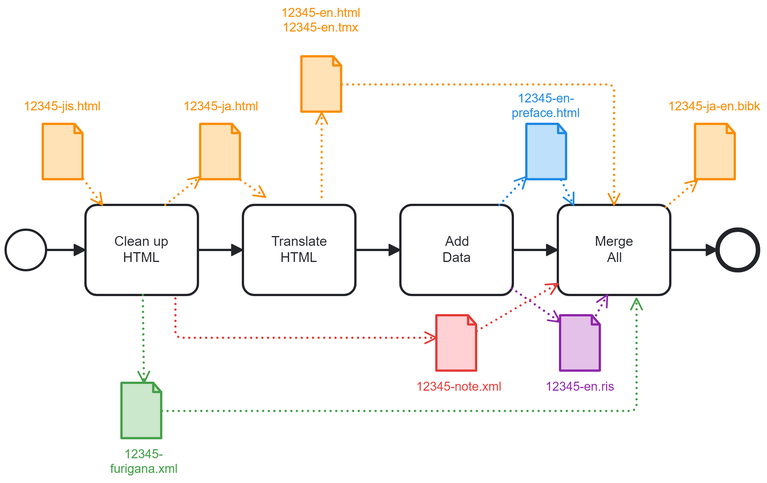
This is 0-InitialWorkflow.png from japotrad/blue-sora, a BPMN export, as it was before one commit. Its source is kept beside it as 0-InitialWorkflow.bpmn. Ids are renumbered.
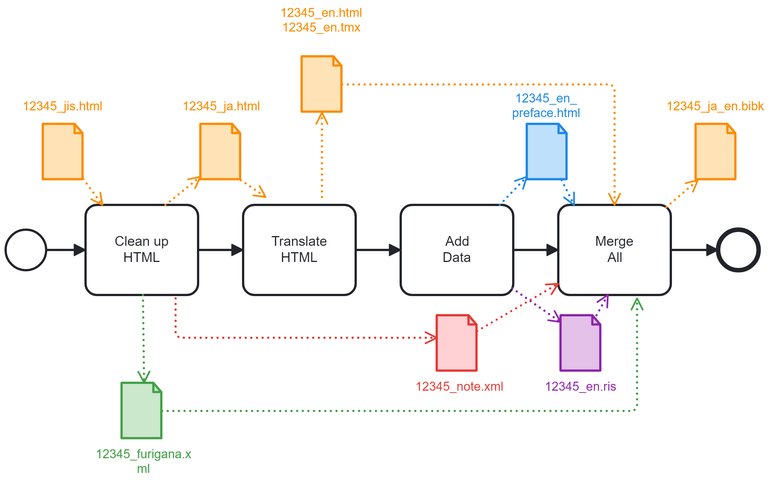
After the commit.

Diff of the diagram source:
```diff
@@ -1,13 +1,13 @@
 <bpmn:definitions xmlns:bpmn="http://www.omg.org/spec/BPMN/20100524/MODEL" xmlns:bpmndi="http://www.omg.org/spec/BPMN/20100524/DI" xmlns:dc="http://www.omg.org/spec/DD/20100524/DC" xmlns:bioc="http://bpmn.io/schema/bpmn/biocolor/1.0" xmlns:color="http://www.omg.org/spec/BPMN/non-normative/color/1.0" xmlns:di="http://www.omg.org/spec/DD/20100524/DI" xmlns:modeler="http://camunda.org/schema/modeler/1.0" id="Definitions_n1" targetNamespace="http://bpmn.io/schema/bpmn" exporter="Camunda Modeler" exporterVersion="5.29.0" modeler:executionPlatform="Camunda Cloud" modeler:executionPlatformVersion="8.2.0">
   <bpmn:process id="buildDbk" name="buildDbk" isExecutable="true">
-    <bpmn:dataObjectReference id="DataObjectReference_n2" name="12345-en-preface.html" dataObjectRef="DataObject_n3" />
-    <bpmn:dataObjectReference id="DataObjectReference_n4" name="12345-en.html&#10;12345-en.tmx" dataObjectRef="DataObject_n5" />
-    <bpmn:dataObjectReference id="DataObjectReference_n6" name="12345-en.ris" dataObjectRef="DataObject_n7" />
-    <bpmn:dataObjectReference id="DataObjectReference_n8" name="12345-furigana.xml" dataObjectRef="DataObject_n9" />
-    <bpmn:dataObjectReference id="DataObjectReference_n10" name="12345-ja-en.bibk" dataObjectRef="DataObject_n11" />
-    <bpmn:dataObjectReference id="DataObjectReference_n12" name="12345-ja.html" dataObjectRef="DataObject_n13" />
-    <bpmn:dataObjectReference id="DataObjectReference_n14" name="12345-jis.html" dataObjectRef="DataObject_n15" />
-    <bpmn:dataObjectReference id="DataObjectReference_n16" name="12345-note.xml" dataObjectRef="DataObject_n17" />
+    <bpmn:dataObjectReference id="DataObjectReference_n2" name="12345_en_&#10;preface.html" dataObjectRef="DataObject_n3" />
+    <bpmn:dataObjectReference id="DataObjectReference_n4" name="12345_en.html&#10;12345_en.tmx" dataObjectRef="DataObject_n5" />
+    <bpmn:dataObjectReference id="DataObjectReference_n6" name="12345_en.ris" dataObjectRef="DataObject_n7" />
+    <bpmn:dataObjectReference id="DataObjectReference_n8" name="12345_furigana.xml" dataObjectRef="DataObject_n9" />
+    <bpmn:dataObjectReference id="DataObjectReference_n10" name="12345_ja_en.bibk" dataObjectRef="DataObject_n11" />
+    <bpmn:dataObjectReference id="DataObjectReference_n12" name="12345_ja.html" dataObjectRef="DataObject_n13" />
+    <bpmn:dataObjectReference id="DataObjectReference_n14" name="12345_jis.html" dataObjectRef="DataObject_n15" />
+    <bpmn:dataObjectReference id="DataObjectReference_n16" name="12345_note.xml" dataObjectRef="DataObject_n17" />
     <bpmn:task id="Activity_n18" name="Add&#10;Data">
       <bpmn:incoming>Flow_n19</bpmn:incoming>
       <bpmn:outgoing>Flow_n20</bpmn:outgoing>
@@ -98,76 +98,84 @@
   </bpmn:process>
   <bpmndi:BPMNDiagram id="BPMNDiagram_1">
     <bpmndi:BPMNPlane id="BPMNPlane_1" bpmnElement="buildDbk">
-      <bpmndi:BPMNShape id="_BPMNShape_StartEvent_2" bpmnElement="StartEvent_1">
-        <dc:Bounds x="179" y="279" width="36" height="36" />
+      <bpmndi:BPMNShape id="DataObjectReference_n2_di" bpmnElement="DataObjectReference_n2" bioc:stroke="#1e88e5" bioc:fill="#bbdefb" color:background-color="#bbdefb" color:border-color="#1e88e5">
+        <dc:Bounds x="642" y="185" width="36" height="50" />
+        <bpmndi:BPMNLabel>
+          <dc:Bounds x="629" y="156" width="62" height="27" />
+        </bpmndi:BPMNLabel>
       </bpmndi:BPMNShape>
-      <bpmndi:BPMNShape id="Activity_n23_di" bpmnElement="Activity_n23">
-        <dc:Bounds x="250" y="257" width="100" height="80" />
-        <bpmndi:BPMNLabel />
+      <bpmndi:BPMNShape id="DataObjectReference_n4_di" bpmnElement="DataObjectReference_n4" bioc:stroke="#fb8c00" bioc:fill="#ffe0b2" color:background-color="#ffe0b2" color:border-color="#fb8c00">
+        <dc:Bounds x="442" y="125" width="36" height="50" />
+        <bpmndi:BPMNLabel color:color="#fb8c00">
+          <dc:Bounds x="423" y="80" width="74" height="27" />
+        </bpmndi:BPMNLabel>
       </bpmndi:BPMNShape>
-      <bpmndi:BPMNShape id="Activity_n34_di" bpmnElement="Activity_n34">
-        <dc:Bounds x="390" y="257" width="100" height="80" />
-        <bpmndi:BPMNLabel />
+      <bpmndi:BPMNShape id="DataObjectReference_n6_di" bpmnElement="DataObjectReference_n6" bioc:stroke="#8e24aa" bioc:fill="#e1bee7" color:background-color="#e1bee7" color:border-color="#8e24aa">
+        <dc:Bounds x="672" y="355" width="36" height="50" />
+        <bpmndi:BPMNLabel color:color="#8e24aa">
+          <dc:Bounds x="658" y="412" width="65" height="14" />
+        </bpmndi:BPMNLabel>
       </bpmndi:BPMNShape>
-      <bpmndi:BPMNShape id="DataObjectReference_n16_di" bpmnElement="DataObjectReference_n16" bioc:stroke="#e53935" bioc:fill="#ffcdd2" color:background-color="#ffcdd2" color:border-color="#e53935">
-        <dc:Bounds x="562" y="355" width="36" height="50" />
-        <bpmndi:BPMNLabel color:color="#e53935">
-          <dc:Bounds x="544" y="412" width="77" height="14" />
+      <bpmndi:BPMNShape id="BPMNShape_n45" bpmnElement="DataObjectReference_n8" bioc:stroke="#43a047" bioc:fill="#c8e6c9" color:background-color="#c8e6c9" color:border-color="#43a047">
+        <dc:Bounds x="282" y="415" width="36" height="50" />
+        <bpmndi:BPMNLabel>
+          <dc:Bounds x="259" y="472" width="86" height="27" />
+        </bpmndi:BPMNLabel>
+      </bpmndi:BPMNShape>
+      <bpmndi:BPMNShape id="DataObjectReference_n10_di" bpmnElement="DataObjectReference_n10" bioc:stroke="#fb8c00" bioc:fill="#ffe0b2" color:background-color="#ffe0b2" color:border-color="#fb8c00">
+        <dc:Bounds x="792" y="185" width="36" height="50" />
+        <bpmndi:BPMNLabel>
+          <dc:Bounds x="766" y="163" width="88" height="14" />
         </bpmndi:BPMNLabel>
       </bpmndi:BPMNShape>
       <bpmndi:BPMNShape id="DataObjectReference_n12_di" bpmnElement="DataObjectReference_n12" bioc:stroke="#fb8c00" bioc:fill="#ffe0b2" color:background-color="#ffe0b2" color:border-color="#fb8c00">
         <dc:Bounds x="352" y="185" width="36" height="50" />
         <bpmndi:BPMNLabel>
-          <dc:Bounds x="337" y="163" width="67" height="14" />
-        </bpmndi:BPMNLabel>
-      </bpmndi:BPMNShape>
-      <bpmndi:BPMNShape id="DataObjectReference_n4_di" bpmnElement="DataObjectReference_n4" bioc:stroke="#fb8c00" bioc:fill="#ffe0b2" color:background-color="#ffe0b2" color:border-color="#fb8c00">
-        <dc:Bounds x="442" y="125" width="36" height="50" />
-        <bpmndi:BPMNLabel color:color="#fb8c00">
-          <dc:Bounds x="424" y="80" width="71" height="27" />
+          <dc:Bounds x="336" y="163" width="70" height="14" />
         </bpmndi:BPMNLabel>
       </bpmndi:BPMNShape>
       <bpmndi:BPMNShape id="DataObjectReference_n14_di" bpmnElement="DataObjectReference_n14" bioc:stroke="#fb8c00" bioc:fill="#ffe0b2" color:background-color="#ffe0b2" color:border-color="#fb8c00">
         <dc:Bounds x="212" y="185" width="36" height="50" />
         <bpmndi:BPMNLabel>
-          <dc:Bounds x="195" y="163" width="69" height="14" />
+          <dc:Bounds x="194" y="163" width="72" height="14" />
+        </bpmndi:BPMNLabel>
+      </bpmndi:BPMNShape>
+      <bpmndi:BPMNShape id="DataObjectReference_n16_di" bpmnElement="DataObjectReference_n16" bioc:stroke="#e53935" bioc:fill="#ffcdd2" color:background-color="#ffcdd2" color:border-color="#e53935">
+        <dc:Bounds x="562" y="355" width="36" height="50" />
+        <bpmndi:BPMNLabel color:color="#e53935">
+          <dc:Bounds x="543" y="412" width="79" height="14" />
         </bpmndi:BPMNLabel>
       </bpmndi:BPMNShape>
       <bpmndi:BPMNShape id="Activity_n18_di" bpmnElement="Activity_n18">
         <dc:Bounds x="530" y="257" width="100" height="80" />
         <bpmndi:BPMNLabel />
       </bpmndi:BPMNShape>
+      <bpmndi:BPMNShape id="Activity_n23_di" bpmnElement="Activity_n23">
+        <dc:Bounds x="250" y="257" width="100" height="80" />
+        <bpmndi:BPMNLabel />
+      </bpmndi:BPMNShape>
+      <bpmndi:BPMNShape id="Event_n31_di" bpmnElement="Event_n31">
+        <dc:Bounds x="812" y="279" width="36" height="36" />
+      </bpmndi:BPMNShape>
       <bpmndi:BPMNShape id="Activity_n33_di" bpmnElement="Activity_n33">
         <dc:Bounds x="670" y="257" width="100" height="80" />
         <bpmndi:BPMNLabel />
       </bpmndi:BPMNShape>
-      <bpmndi:BPMNShape id="BPMNShape_n45" bpmnElement="DataObjectReference_n8" bioc:stroke="#43a047" bioc:fill="#c8e6c9" color:background-color="#c8e6c9" color:border-color="#43a047">
-        <dc:Bounds x="282" y="415" width="36" height="50" />
-        <bpmndi:BPMNLabel>
-          <dc:Bounds x="272" y="472" width="60" height="27" />
-        </bpmndi:BPMNLabel>
+      <bpmndi:BPMNShape id="_BPMNShape_StartEvent_2" bpmnElement="StartEvent_1">
+        <dc:Bounds x="179" y="279" width="36" height="36" />
       </bpmndi:BPMNShape>
-      <bpmndi:BPMNShape id="DataObjectReference_n10_di" bpmnElement="DataObjectReference_n10" bioc:stroke="#fb8c00" bioc:fill="#ffe0b2" color:background-color="#ffe0b2" color:border-color="#fb8c00">
-        <dc:Bounds x="792" y="185" width="36" height="50" />
-        <bpmndi:BPMNLabel>
-          <dc:Bounds x="768" y="163" width="83" height="14" />
-        </bpmndi:BPMNLabel>
+      <bpmndi:BPMNShape id="Activity_n34_di" bpmnElement="Activity_n34">
+        <dc:Bounds x="390" y="257" width="100" height="80" />
+        <bpmndi:BPMNLabel />
       </bpmndi:BPMNShape>
-      <bpmndi:BPMNShape id="Event_n31_di" bpmnElement="Event_n31">
-        <dc:Bounds x="812" y="279" width="36" height="36" />
-      </bpmndi:BPMNShape>
-      <bpmndi:BPMNShape id="DataObjectReference_n2_di" bpmnElement="DataObjectReference_n2" bioc:stroke="#1e88e5" bioc:fill="#bbdefb" color:background-color="#bbdefb" color:border-color="#1e88e5">
-        <dc:Bounds x="642" y="185" width="36" height="50" />
-        <bpmndi:BPMNLabel>
-          <dc:Bounds x="629" y="156" width="61" height="27" />
-        </bpmndi:BPMNLabel>
-      </bpmndi:BPMNShape>
-      <bpmndi:BPMNShape id="DataObjectReference_n6_di" bpmnElement="DataObjectReference_n6" bioc:stroke="#8e24aa" bioc:fill="#e1bee7" color:background-color="#e1bee7" color:border-color="#8e24aa">
-        <dc:Bounds x="672" y="355" width="36" height="50" />
-        <bpmndi:BPMNLabel color:color="#8e24aa">
-          <dc:Bounds x="659" y="412" width="62" height="14" />
-        </bpmndi:BPMNLabel>
-      </bpmndi:BPMNShape>
+      <bpmndi:BPMNEdge id="DataOutputAssociation_n21_di" bpmnElement="DataOutputAssociation_n21" bioc:stroke="#1e88e5" color:border-color="#1e88e5">
+        <di:waypoint x="618" y="257" />
+        <di:waypoint x="642" y="232" />
+      </bpmndi:BPMNEdge>
+      <bpmndi:BPMNEdge id="DataOutputAssociation_n22_di" bpmnElement="DataOutputAssociation_n22" bioc:stroke="#8e24aa" color:border-color="#8e24aa">
+        <di:waypoint x="629" y="331" />
+        <di:waypoint x="672" y="361" />
+      </bpmndi:BPMNEdge>
       <bpmndi:BPMNEdge id="DataInputAssociation_n27_di" bpmnElement="DataInputAssociation_n27" bioc:stroke="#fb8c00" color:border-color="#fb8c00">
         <di:waypoint x="248" y="234" />
         <di:waypoint x="265" y="257" />
@@ -185,33 +193,25 @@
         <di:waypoint x="301" y="337" />
         <di:waypoint x="302" y="415" />
       </bpmndi:BPMNEdge>
-      <bpmndi:BPMNEdge id="Flow_n24_di" bpmnElement="Flow_n24">
-        <di:waypoint x="215" y="297" />
-        <di:waypoint x="250" y="297" />
+      <bpmndi:BPMNEdge id="Flow_n32_di" bpmnElement="Flow_n32">
+        <di:waypoint x="770" y="297" />
+        <di:waypoint x="812" y="297" />
       </bpmndi:BPMNEdge>
-      <bpmndi:BPMNEdge id="DataInputAssociation_n43_di" bpmnElement="DataInputAssociation_n43" bioc:stroke="#fb8c00" color:border-color="#fb8c00">
-        <di:waypoint x="388" y="235" />
-        <di:waypoint x="410" y="250" />
-      </bpmndi:BPMNEdge>
-      <bpmndi:BPMNEdge id="DataOutputAssociation_n44_di" bpmnElement="DataOutputAssociation_n44" bioc:stroke="#fb8c00" color:border-color="#fb8c00">
-        <di:waypoint x="460" y="250" />
-        <di:waypoint x="460" y="175" />
+      <bpmndi:BPMNEdge id="Flow_n19_di" bpmnElement="Flow_n19">
+        <di:waypoint x="490" y="297" />
+        <di:waypoint x="530" y="297" />
       </bpmndi:BPMNEdge>
       <bpmndi:BPMNEdge id="Flow_n25_di" bpmnElement="Flow_n25">
         <di:waypoint x="350" y="297" />
         <di:waypoint x="390" y="297" />
       </bpmndi:BPMNEdge>
-      <bpmndi:BPMNEdge id="DataOutputAssociation_n21_di" bpmnElement="DataOutputAssociation_n21" bioc:stroke="#1e88e5" color:border-color="#1e88e5">
-        <di:waypoint x="618" y="257" />
-        <di:waypoint x="642" y="232" />
+      <bpmndi:BPMNEdge id="Flow_n20_di" bpmnElement="Flow_n20">
+        <di:waypoint x="630" y="297" />
+        <di:waypoint x="670" y="297" />
       </bpmndi:BPMNEdge>
-      <bpmndi:BPMNEdge id="DataOutputAssociation_n22_di" bpmnElement="DataOutputAssociation_n22" bioc:stroke="#8e24aa" color:border-color="#8e24aa">
-        <di:waypoint x="629" y="331" />
-        <di:waypoint x="672" y="361" />
-      </bpmndi:BPMNEdge>
-      <bpmndi:BPMNEdge id="Flow_n19_di" bpmnElement="Flow_n19">
-        <di:waypoint x="490" y="297" />
-        <di:waypoint x="530" y="297" />
+      <bpmndi:BPMNEdge id="Flow_n24_di" bpmnElement="Flow_n24">
+        <di:waypoint x="215" y="297" />
+        <di:waypoint x="250" y="297" />
       </bpmndi:BPMNEdge>
       <bpmndi:BPMNEdge id="DataInputAssociation_n36_di" bpmnElement="DataInputAssociation_n36" bioc:stroke="#1e88e5" color:border-color="#1e88e5">
         <di:waypoint x="673" y="235" />
@@ -239,13 +239,13 @@
         <di:waypoint x="766" y="259" />
         <di:waypoint x="794" y="235" />
       </bpmndi:BPMNEdge>
-      <bpmndi:BPMNEdge id="Flow_n20_di" bpmnElement="Flow_n20">
-        <di:waypoint x="630" y="297" />
-        <di:waypoint x="670" y="297" />
+      <bpmndi:BPMNEdge id="DataInputAssociation_n43_di" bpmnElement="DataInputAssociation_n43" bioc:stroke="#fb8c00" color:border-color="#fb8c00">
+        <di:waypoint x="388" y="235" />
+        <di:waypoint x="410" y="250" />
       </bpmndi:BPMNEdge>
-      <bpmndi:BPMNEdge id="Flow_n32_di" bpmnElement="Flow_n32">
-        <di:waypoint x="770" y="297" />
-        <di:waypoint x="812" y="297" />
+      <bpmndi:BPMNEdge id="DataOutputAssociation_n44_di" bpmnElement="DataOutputAssociation_n44" bioc:stroke="#fb8c00" color:border-color="#fb8c00">
+        <di:waypoint x="460" y="250" />
+        <di:waypoint x="460" y="175" />
       </bpmndi:BPMNEdge>
     </bpmndi:BPMNPlane>
   </bpmndi:BPMNDiagram>
```
